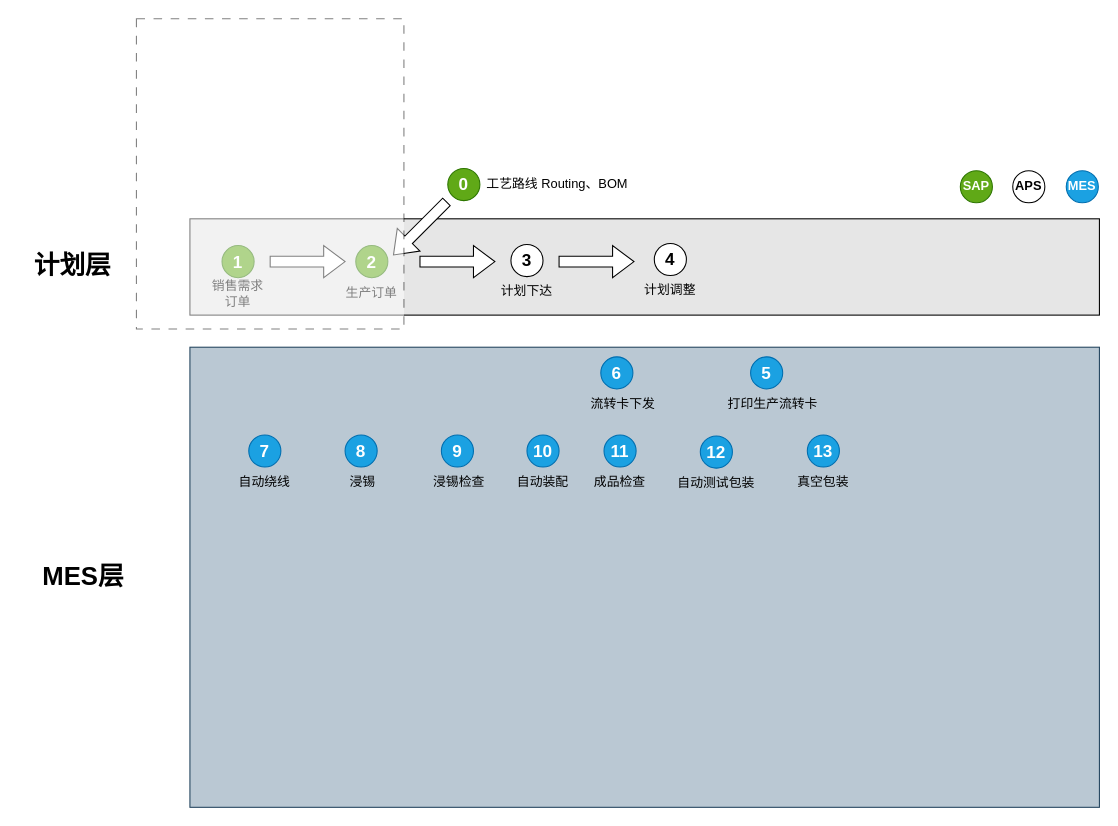
CJyoung524/DrawIO keeps this draw.io diagram as SAP_MES.drawio. Above is the earlier version. Source tidied: cells renumbered, new cells numbered last; positions are measured from the earlier drawing's top-left corner, leaving out a move shared by most shapes. Both pictures are drawn from the tidied source at 107%, with x=0, y=0 at pixel (18, 18).
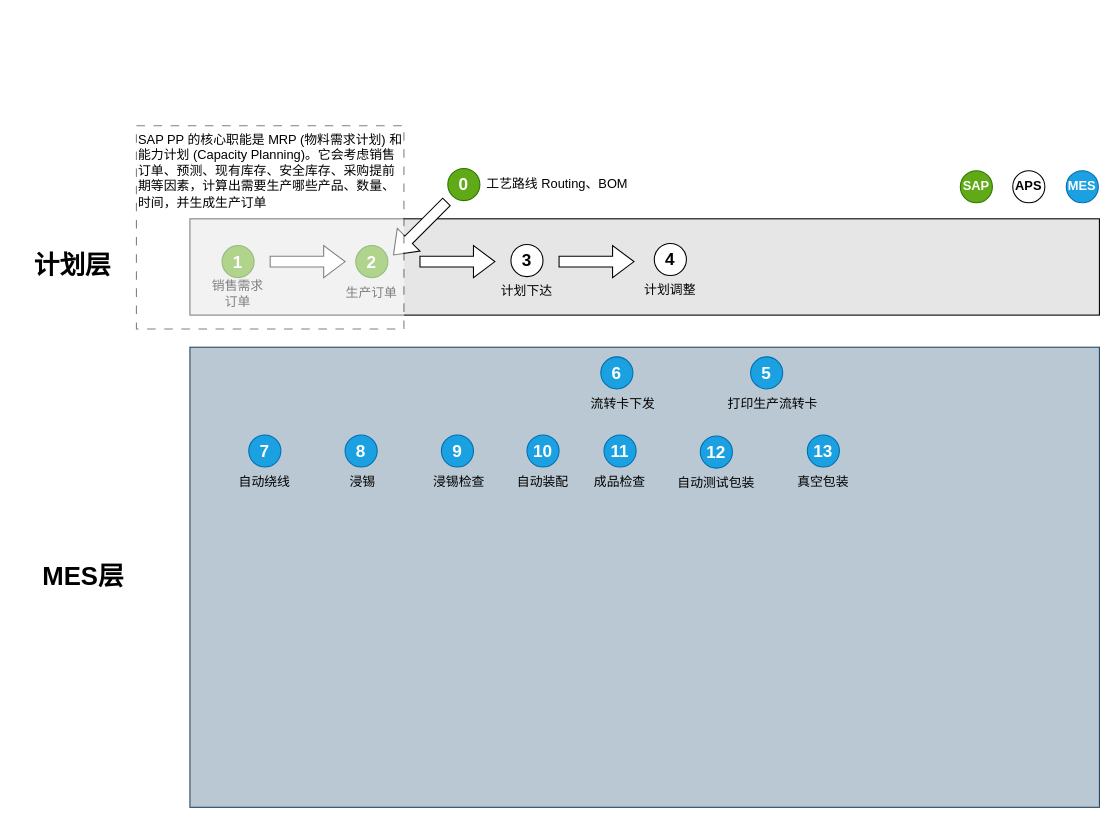
Above is the later version.

The edit, as a diff of the source:
```diff
@@
-    <mxCell id="66" style="rounded=0;whiteSpace=wrap;html=1;opacity=50;align=left;dashed=1;dashPattern=8 8;" parent="1" vertex="1">
-      <mxGeometry x="110" width="250" height="290" as="geometry" />
+    <mxCell id="66" value="SAP PP 的核心职能是 MRP (物料需求计划) 和能力计划 (Capacity Planning)。它会考虑销售订单、预测、现有库存、安全库存、采购提前期等因素，计算出需要生产哪些产品、数量、时间，并生成生产订单" style="rounded=0;whiteSpace=wrap;html=1;opacity=50;align=left;dashed=1;dashPattern=8 8;verticalAlign=top;" parent="1" vertex="1">
+      <mxGeometry x="110" y="100" width="250" height="190" as="geometry" />
     </mxCell>
```
